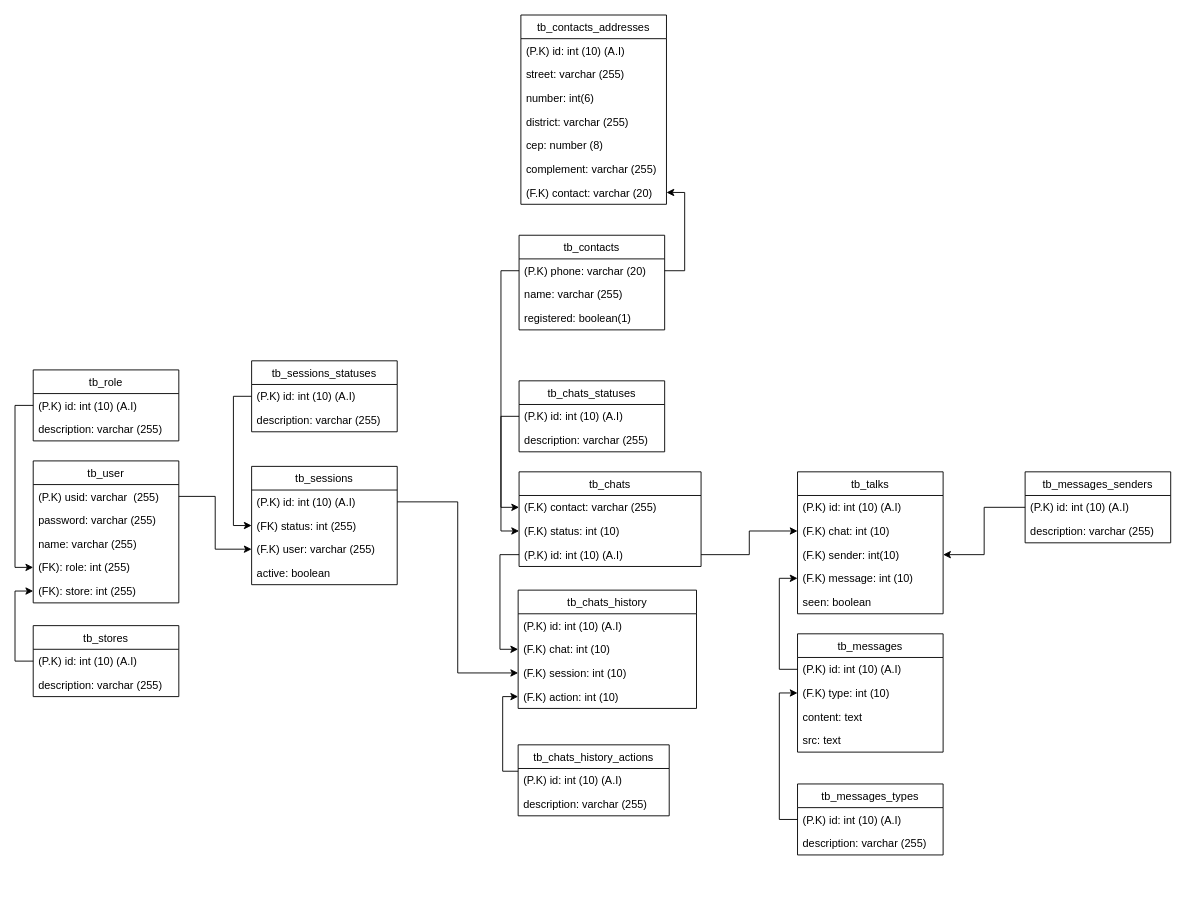
The draw.io diagram src/database/database.drawio in aka-sacci/chatbot-whatsapp-api, before the edit. Source tidied: cells renumbered, new cells numbered last; positions are measured from the earlier drawing's top-left corner, leaving out a move shared by most shapes. Both pictures are drawn from the tidied source at 91%, with x=0, y=0 at pixel (15, 15).
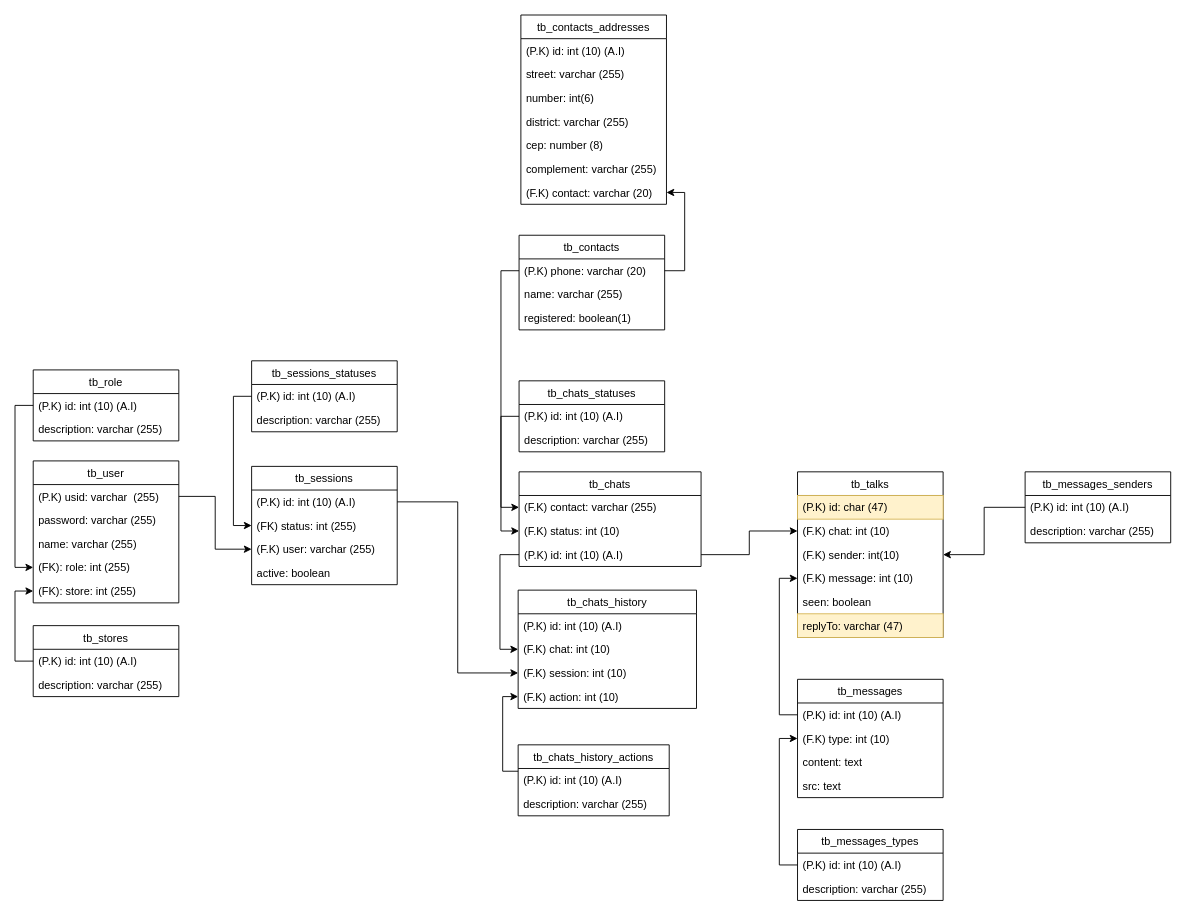
After the change.

Commit message (it also covers changes not shown here):
talk database alter

The change refers to these unchanged cells:
```xml
<mxCell id="12" value="tb_chats" style="swimlane;fontStyle=0;horizontal=1;startSize=26;fillColor=none;" parent="1" vertex="1">
  <mxGeometry x="553.9" y="502" width="200" height="104" as="geometry" />
</mxCell>
```

Change to the diagram source:
```diff
@@
-    <mxCell id="15" value="(P.K) id: int (10) (A.I)" style="text;strokeColor=none;fillColor=none;align=left;verticalAlign=top;spacingLeft=4;spacingRight=4;overflow=hidden;points=[[0,0.5],[1,0.5]];portConstraint=eastwest;" parent="12" vertex="1">
+    <mxCell id="15" value="(P.K) id: int (10) (A.I)" style="text;align=left;verticalAlign=top;spacingLeft=4;spacingRight=4;overflow=hidden;points=[[0,0.5],[1,0.5]];portConstraint=eastwest;" parent="12" vertex="1">
       <mxGeometry y="78" width="200" height="26" as="geometry" />
     </mxCell>
@@
     <mxCell id="32" value="tb_talks" style="swimlane;fontStyle=0;horizontal=1;startSize=26;fillColor=none;" parent="1" vertex="1">
-      <mxGeometry x="859.9" y="502" width="160" height="156" as="geometry" />
+      <mxGeometry x="859.9" y="502" width="160" height="182" as="geometry" />
     </mxCell>
-    <mxCell id="33" value="(P.K) id: int (10) (A.I)" style="text;strokeColor=none;fillColor=none;align=left;verticalAlign=top;spacingLeft=4;spacingRight=4;overflow=hidden;" parent="32" vertex="1">
+    <mxCell id="33" value="(P.K) id: char (47) " style="text;strokeColor=#d6b656;fillColor=#fff2cc;align=left;verticalAlign=top;spacingLeft=4;spacingRight=4;overflow=hidden;" parent="32" vertex="1">
       <mxGeometry y="26" width="160" height="26" as="geometry" />
     </mxCell>
@@
+    <mxCell id="80" value="replyTo: varchar (47)" style="text;strokeColor=#d6b656;fillColor=#fff2cc;align=left;verticalAlign=top;spacingLeft=4;spacingRight=4;overflow=hidden;" parent="32" vertex="1">
+      <mxGeometry y="156" width="160" height="26" as="geometry" />
+    </mxCell>
@@
     <mxCell id="39" value="tb_messages_types" style="swimlane;fontStyle=0;horizontal=1;startSize=26;fillColor=none;" parent="1" vertex="1">
-      <mxGeometry x="859.9" y="845" width="160" height="78" as="geometry" />
+      <mxGeometry x="859.9" y="895" width="160" height="78" as="geometry" />
     </mxCell>
@@
     <mxCell id="42" value="tb_messages" style="swimlane;fontStyle=0;horizontal=1;startSize=26;fillColor=none;" parent="1" vertex="1">
-      <mxGeometry x="859.9" y="680" width="160" height="130" as="geometry" />
+      <mxGeometry x="859.9" y="730" width="160" height="130" as="geometry" />
     </mxCell>
```
